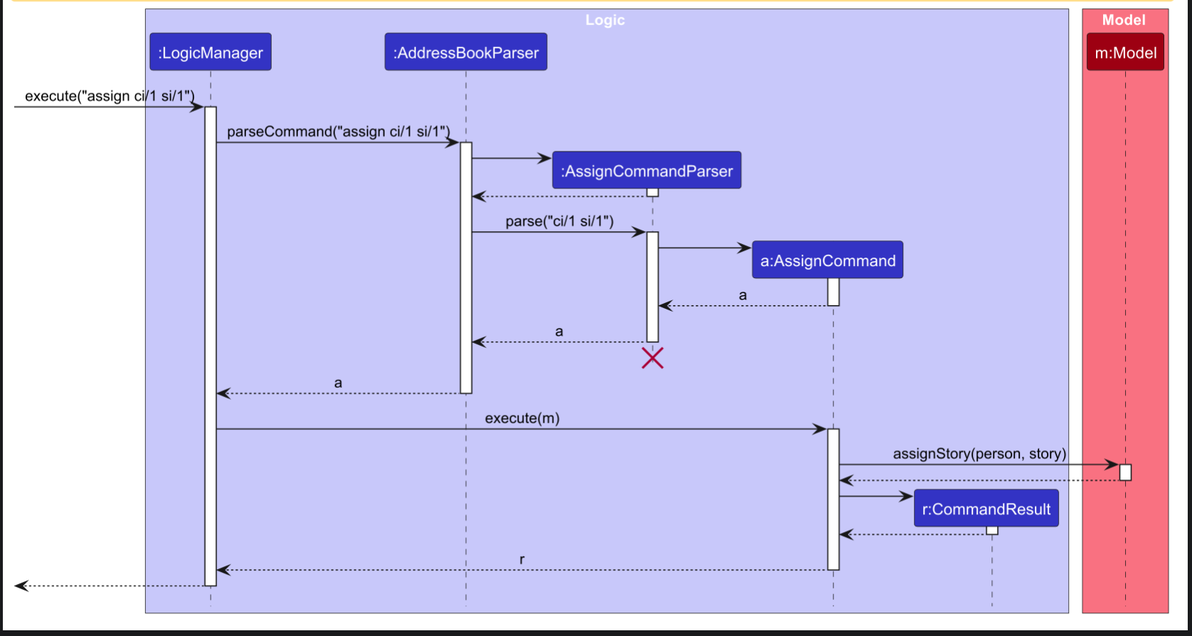
AY2627S1-CS2103T-T13-3/tp keeps this PlantUML diagram as docs/images/AssignSequenceDiagram.png. Above is the earlier version. Its source is kept beside it as docs/diagrams/AssignSequenceDiagram.puml.
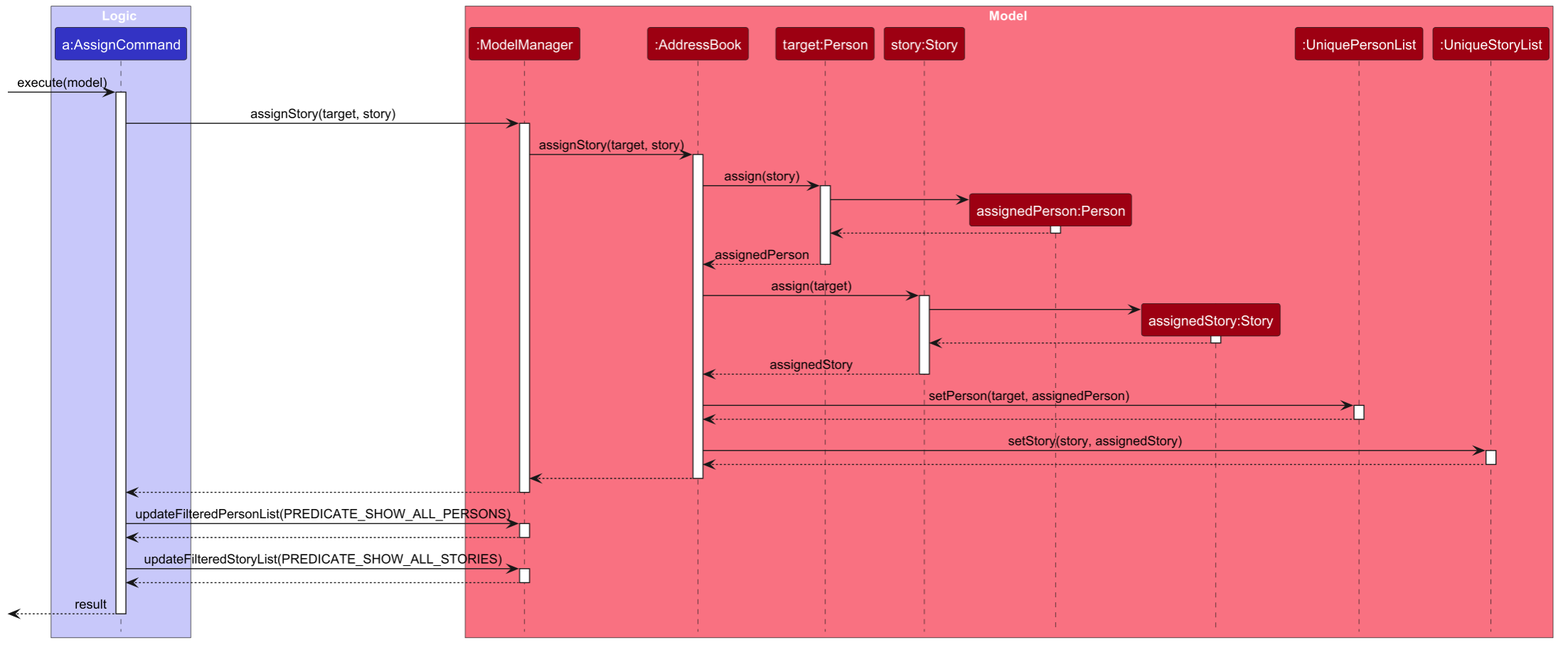
Above is the later version.

Commit message:
Focus Seq Diag on Model Comp

What changed in the source:
```diff
@@ -1,74 +1,82 @@
 @startuml
 !include style.puml
-<style>
-arrow {
-  FontStyle plain
-}
-</style>
+skinparam ArrowFontStyle plain
 
 box Logic LOGIC_COLOR_T1
-participant ":LogicManager" as LogicManager LOGIC_COLOR
-participant ":AddressBookParser" as AddressBookParser LOGIC_COLOR
-participant ":AssignCommandParser" as AssignCommandParser LOGIC_COLOR
 participant "a:AssignCommand" as AssignCommand LOGIC_COLOR
-participant "r:CommandResult" as CommandResult LOGIC_COLOR
 end box
 
 box Model MODEL_COLOR_T1
-participant "m:Model" as Model MODEL_COLOR
+participant ":ModelManager" as ModelManager MODEL_COLOR
+participant ":AddressBook" as AddressBook MODEL_COLOR
+participant "target:Person" as TargetPerson MODEL_COLOR
+participant "story:Story" as TargetStory MODEL_COLOR
+participant "assignedPerson:Person" as AssignedPerson MODEL_COLOR
+participant "assignedStory:Story" as AssignedStory MODEL_COLOR
+participant ":UniquePersonList" as UniquePersonList MODEL_COLOR
+participant ":UniqueStoryList" as UniqueStoryList MODEL_COLOR
 end box
 
-[-> LogicManager : execute("assign ci/1 si/1")
-activate LogicManager
-
-LogicManager -> AddressBookParser : parseCommand("assign ci/1 si/1")
-activate AddressBookParser
-
-create AssignCommandParser
-AddressBookParser -> AssignCommandParser
-activate AssignCommandParser
-
-AssignCommandParser --> AddressBookParser
-deactivate AssignCommandParser
-
-AddressBookParser -> AssignCommandParser : parse("ci/1 si/1")
-activate AssignCommandParser
-
-create AssignCommand
-AssignCommandParser -> AssignCommand
+[-> AssignCommand : execute(model)
 activate AssignCommand
 
-AssignCommand --> AssignCommandParser : a
+AssignCommand -> ModelManager : assignStory(target, story)
+activate ModelManager
+
+ModelManager -> AddressBook : assignStory(target, story)
+activate AddressBook
+
+AddressBook -> TargetPerson : assign(story)
+activate TargetPerson
+
+create AssignedPerson
+TargetPerson -> AssignedPerson
+activate AssignedPerson
+AssignedPerson --> TargetPerson
+deactivate AssignedPerson
+
+TargetPerson --> AddressBook : assignedPerson
+deactivate TargetPerson
+
+AddressBook -> TargetStory : assign(target)
+activate TargetStory
+
+create AssignedStory
+TargetStory -> AssignedStory
+activate AssignedStory
+AssignedStory --> TargetStory
+deactivate AssignedStory
+
+TargetStory --> AddressBook : assignedStory
+deactivate TargetStory
+
+AddressBook -> UniquePersonList : setPerson(target, assignedPerson)
+activate UniquePersonList
+UniquePersonList --> AddressBook
+deactivate UniquePersonList
+
+AddressBook -> UniqueStoryList : setStory(story, assignedStory)
+activate UniqueStoryList
+UniqueStoryList --> AddressBook
+deactivate UniqueStoryList
+
+AddressBook --> ModelManager
+deactivate AddressBook
+
+ModelManager --> AssignCommand
+deactivate ModelManager
+
+AssignCommand -> ModelManager : updateFilteredPersonList(PREDICATE_SHOW_ALL_PERSONS)
+activate ModelManager
+ModelManager --> AssignCommand
+deactivate ModelManager
+
+AssignCommand -> ModelManager : updateFilteredStoryList(PREDICATE_SHOW_ALL_STORIES)
+activate ModelManager
+ModelManager --> AssignCommand
+deactivate ModelManager
+
+[<-- AssignCommand : result
 deactivate AssignCommand
 
-AssignCommandParser --> AddressBookParser : a
-deactivate AssignCommandParser
-
-AssignCommandParser -[hidden]-> AddressBookParser
-destroy AssignCommandParser
-
-AddressBookParser --> LogicManager : a
-deactivate AddressBookParser
-
-LogicManager -> AssignCommand : execute(m)
-activate AssignCommand
-
-AssignCommand -> Model : assignStory(person, story)
-activate Model
-
-Model --> AssignCommand
-deactivate Model
-
-create CommandResult
-AssignCommand -> CommandResult
-activate CommandResult
-
-CommandResult --> AssignCommand
-deactivate CommandResult
-
-AssignCommand --> LogicManager : r
-deactivate AssignCommand
-
-[<--LogicManager
-deactivate LogicManager
 @enduml
```
